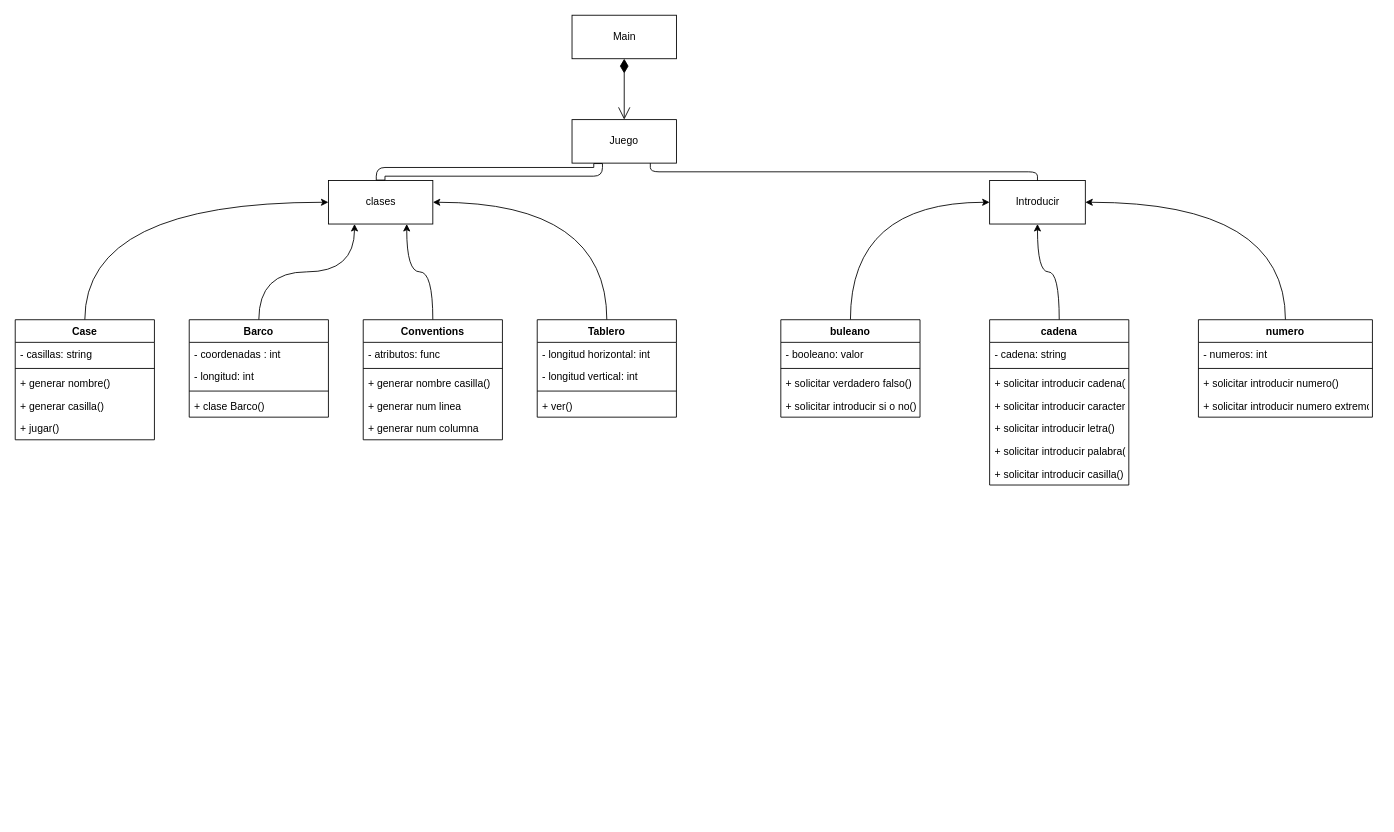
Enriquepardo/juego_de_barcos keeps this draw.io diagram as UMLS/diagramaclases.drawio. Above is the earlier version. Source tidied: cells renumbered, new cells numbered last; positions are measured from the earlier drawing's top-left corner, leaving out a move shared by most shapes. Both pictures are drawn from the tidied source at 87%, with x=0, y=0 at pixel (15, 15).
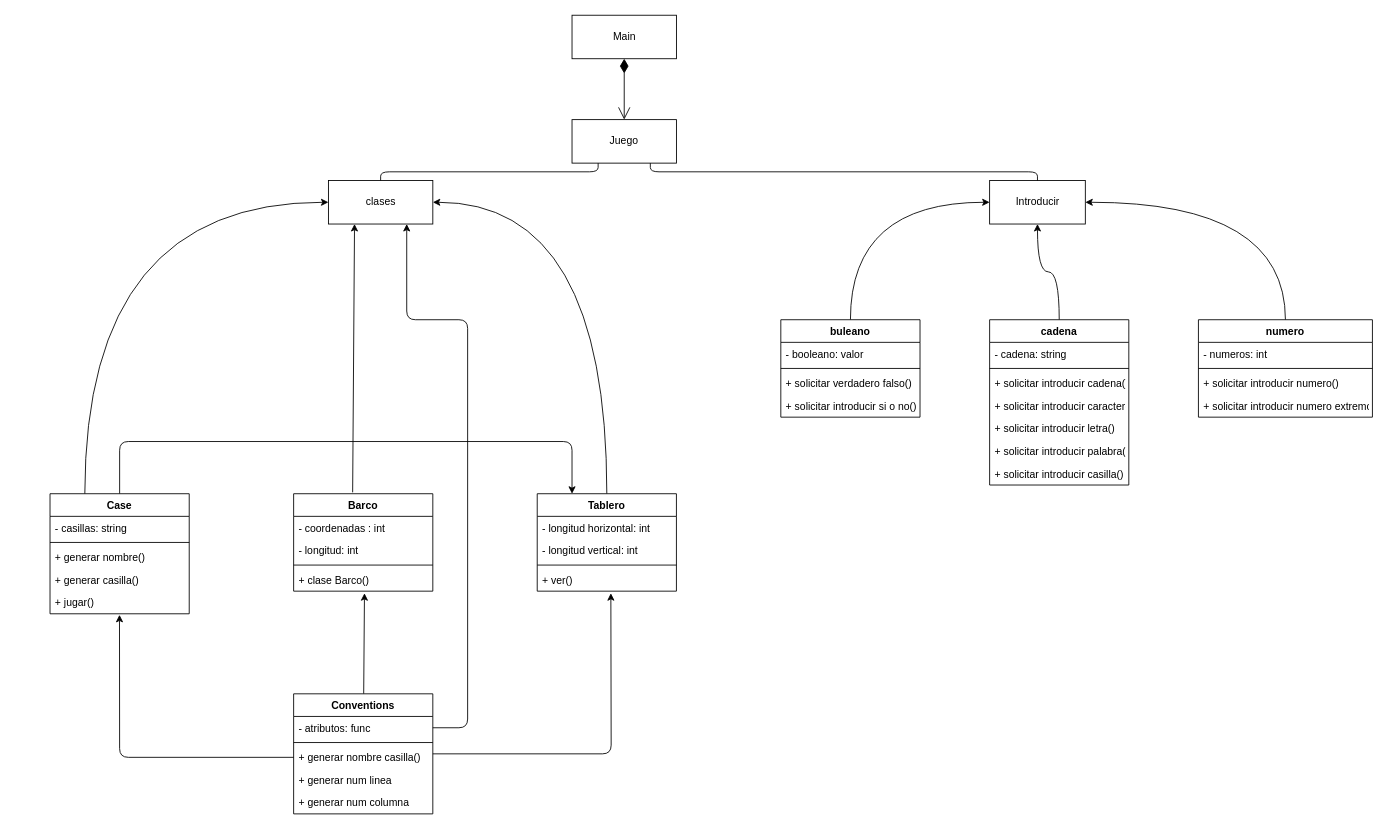
After the change.

Unchanged cells that the change refers to:
```xml
<mxCell id="3" value="Juego" style="whiteSpace=wrap;html=1;" parent="1" vertex="1">
  <mxGeometry x="640" y="120" width="120" height="50" as="geometry" />
</mxCell>
<mxCell id="4" value="clases" style="html=1;" parent="1" vertex="1">
  <mxGeometry x="360" y="190" width="120" height="50" as="geometry" />
</mxCell>
<mxCell id="13" value="+ clase Barco() " style="text;strokeColor=none;fillColor=none;align=left;verticalAlign=top;spacingLeft=4;spacingRight=4;overflow=hidden;points=[[0,0.5],[1,0.5]];portConstraint=eastwest;" parent="9" vertex="1">
  <mxGeometry y="86" width="160" height="26" as="geometry" />
</mxCell>
<mxCell id="20" value="+ jugar()" style="text;strokeColor=none;fillColor=none;align=left;verticalAlign=top;spacingLeft=4;spacingRight=4;overflow=hidden;points=[[0,0.5],[1,0.5]];portConstraint=eastwest;" parent="15" vertex="1">
  <mxGeometry y="112" width="160" height="26" as="geometry" />
</mxCell>
<mxCell id="23" value="- atributos: func" style="text;strokeColor=none;fillColor=none;align=left;verticalAlign=top;spacingLeft=4;spacingRight=4;overflow=hidden;points=[[0,0.5],[1,0.5]];portConstraint=eastwest;" parent="22" vertex="1">
  <mxGeometry y="26" width="160" height="26" as="geometry" />
</mxCell>
<mxCell id="25" value="+ generar nombre casilla()" style="text;strokeColor=none;fillColor=none;align=left;verticalAlign=top;spacingLeft=4;spacingRight=4;overflow=hidden;points=[[0,0.5],[1,0.5]];portConstraint=eastwest;" parent="22" vertex="1">
  <mxGeometry y="60" width="160" height="26" as="geometry" />
</mxCell>
<mxCell id="33" value="+ ver()" style="text;strokeColor=none;fillColor=none;align=left;verticalAlign=top;spacingLeft=4;spacingRight=4;overflow=hidden;points=[[0,0.5],[1,0.5]];portConstraint=eastwest;" parent="29" vertex="1">
  <mxGeometry y="86" width="160" height="26" as="geometry" />
</mxCell>
```

Change to the diagram source:
```diff
@@
-    <mxCell id="7" style="endArrow=none;html=1;edgeStyle=orthogonalEdgeStyle;exitX=0.5;exitY=0;exitDx=0;exitDy=0;entryX=0.25;entryY=1;entryDx=0;entryDy=0;shape=flexArrow;" parent="1" edge="1" source="4" target="3">
-      <mxGeometry relative="1" as="geometry" />
-    </mxCell>
-    <mxCell id="8" style="edgeStyle=orthogonalEdgeStyle;curved=1;html=1;entryX=0.25;entryY=1;entryDx=0;entryDy=0;" parent="1" edge="1" source="9" target="4">
+    <mxCell id="8" style="edgeStyle=none;html=1;entryX=0.25;entryY=1;entryDx=0;entryDy=0;exitX=0.424;exitY=-0.014;exitDx=0;exitDy=0;exitPerimeter=0;" parent="1" edge="1" source="9" target="4">
       <mxGeometry relative="1" as="geometry" />
     </mxCell>
     <mxCell id="9" value="Barco" style="swimlane;fontStyle=1;align=center;verticalAlign=top;horizontal=1;startSize=26;" parent="1" vertex="1">
-      <mxGeometry x="200" y="350" width="160" height="112" as="geometry" />
+      <mxGeometry x="320" y="550" width="160" height="112" as="geometry" />
     </mxCell>
@@
+    <mxCell id="56" style="edgeStyle=none;html=1;entryX=0.25;entryY=0;entryDx=0;entryDy=0;" parent="1" edge="1" source="15" target="29">
+      <mxGeometry relative="1" as="geometry">
+        <Array as="points">
+          <mxPoint x="120" y="490" />
+          <mxPoint x="640" y="490" />
+        </Array>
+      </mxGeometry>
+    </mxCell>
     <mxCell id="15" value="Case" style="swimlane;fontStyle=1;align=center;verticalAlign=top;horizontal=1;startSize=26;" parent="1" vertex="1">
-      <mxGeometry y="350" width="160" height="138" as="geometry" />
+      <mxGeometry x="40" y="550" width="160" height="138" as="geometry" />
     </mxCell>
@@
-    <mxCell id="21" style="edgeStyle=orthogonalEdgeStyle;curved=1;html=1;entryX=0.75;entryY=1;entryDx=0;entryDy=0;" parent="1" edge="1" source="22" target="4">
-      <mxGeometry relative="1" as="geometry" />
-    </mxCell>
+    <mxCell id="57" style="edgeStyle=none;html=1;entryX=0.509;entryY=1.092;entryDx=0;entryDy=0;entryPerimeter=0;" parent="1" edge="1" source="22" target="13">
+      <mxGeometry relative="1" as="geometry" />
+    </mxCell>
+    <mxCell id="58" style="edgeStyle=none;html=1;exitX=1;exitY=0.5;exitDx=0;exitDy=0;entryX=0.75;entryY=1;entryDx=0;entryDy=0;" parent="1" edge="1" source="23" target="4">
+      <mxGeometry relative="1" as="geometry">
+        <Array as="points">
+          <mxPoint x="520" y="819" />
+          <mxPoint x="520" y="350" />
+          <mxPoint x="450" y="350" />
+        </Array>
+      </mxGeometry>
+    </mxCell>
+    <mxCell id="59" style="edgeStyle=none;html=1;entryX=0.529;entryY=1.092;entryDx=0;entryDy=0;entryPerimeter=0;" parent="1" edge="1" source="22" target="33">
+      <mxGeometry relative="1" as="geometry">
+        <Array as="points">
+          <mxPoint x="685" y="849" />
+        </Array>
+      </mxGeometry>
+    </mxCell>
     <mxCell id="22" value="Conventions" style="swimlane;fontStyle=1;align=center;verticalAlign=top;horizontal=1;startSize=26;" parent="1" vertex="1">
-      <mxGeometry x="400" y="350" width="160" height="138" as="geometry" />
+      <mxGeometry x="320" y="780" width="160" height="138" as="geometry" />
     </mxCell>
@@
     <mxCell id="29" value="Tablero" style="swimlane;fontStyle=1;align=center;verticalAlign=top;horizontal=1;startSize=26;" parent="1" vertex="1">
-      <mxGeometry x="600" y="350" width="160" height="112" as="geometry" />
+      <mxGeometry x="600" y="550" width="160" height="112" as="geometry" />
     </mxCell>
@@
+    <mxCell id="60" style="edgeStyle=none;html=1;entryX=0.499;entryY=1.046;entryDx=0;entryDy=0;entryPerimeter=0;" parent="1" edge="1" source="25" target="20">
+      <mxGeometry relative="1" as="geometry">
+        <Array as="points">
+          <mxPoint x="120" y="853" />
+        </Array>
+      </mxGeometry>
+    </mxCell>
+    <mxCell id="61" style="endArrow=none;html=1;edgeStyle=orthogonalEdgeStyle;entryX=0.5;entryY=0;entryDx=0;entryDy=0;exitX=0.25;exitY=1;exitDx=0;exitDy=0;" parent="1" edge="1" source="3" target="4">
+      <mxGeometry relative="1" as="geometry" />
+    </mxCell>
```
